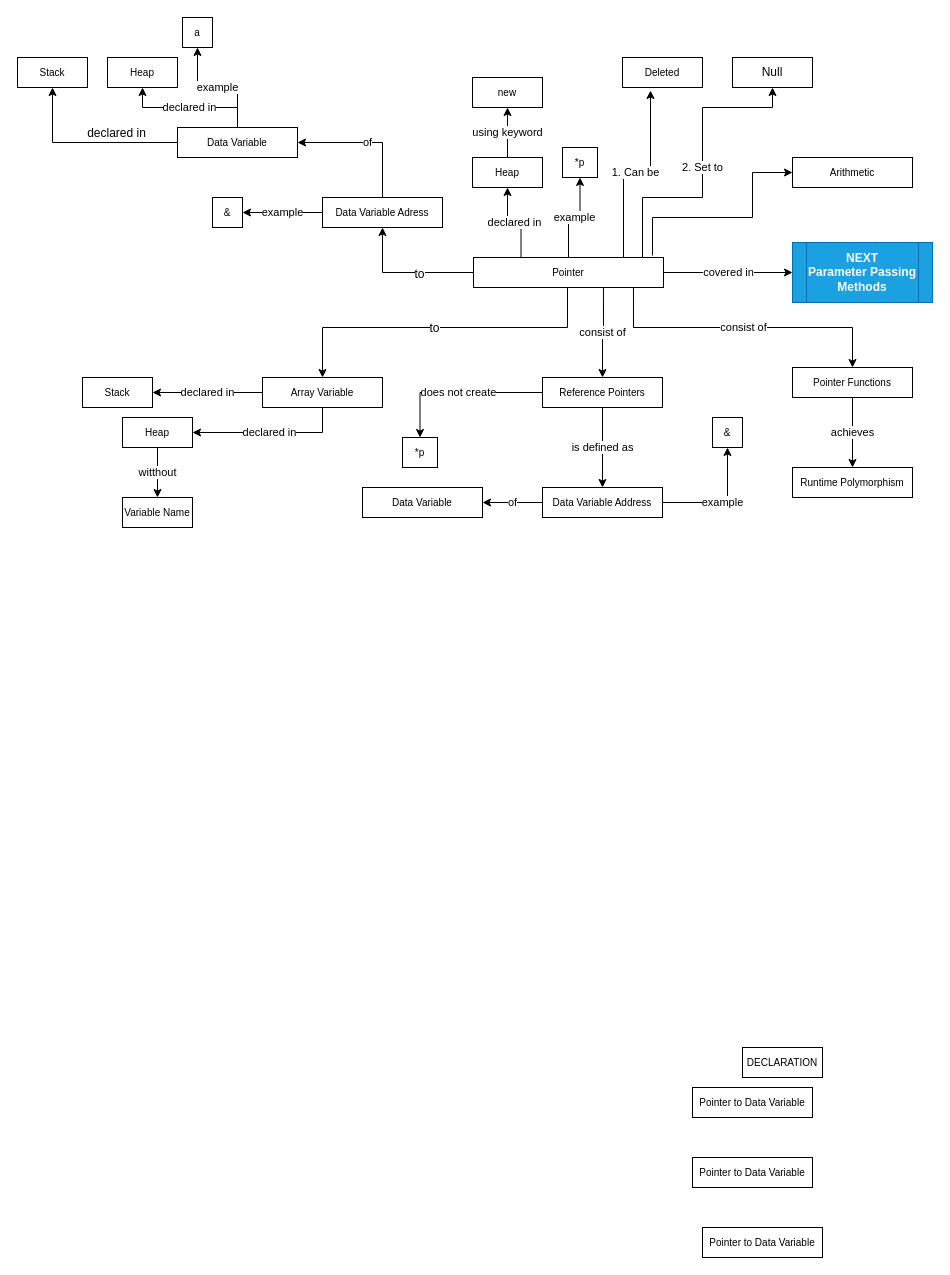
The draw.io diagram page "Pointers (2)" (3 of 11) of revision/Supplementary/Mindmapcpp.drawio in BSCdfdff/LearnCppProgramming, before the edit. Source tidied: cells renumbered, new cells numbered last; positions are measured from the earlier drawing's top-left corner, leaving out a move shared by most shapes. Both pictures are drawn from the tidied source at 100%, with x=0, y=0 at pixel (17, 17).
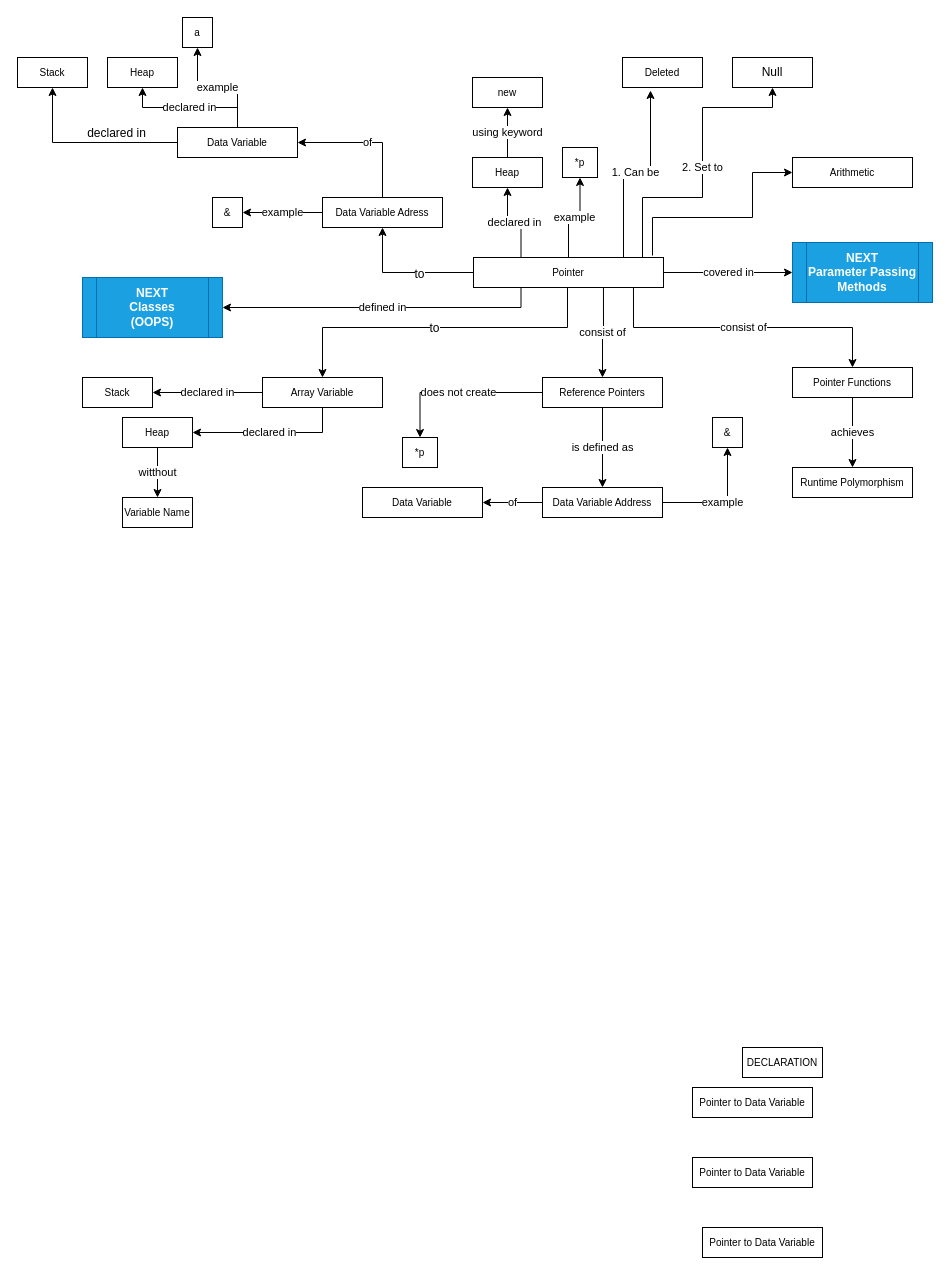
The same diagram, later.

The change refers to these unchanged cells:
```xml
<mxCell id="8" value="&lt;span style=&quot;font-size: 10px&quot;&gt;Pointer&lt;/span&gt;" style="rounded=0;whiteSpace=wrap;html=1;" parent="1" vertex="1">
  <mxGeometry x="456" y="240" width="190" height="30" as="geometry" />
</mxCell>
```

Change to the diagram source:
```diff
@@
+    <mxCell id="58" value="NEXT&lt;br&gt;Classes&lt;br&gt;(OOPS)" style="shape=process;whiteSpace=wrap;html=1;backgroundOutline=1;rounded=0;shadow=0;fillColor=#1ba1e2;strokeColor=#006EAF;fontColor=#ffffff;fontStyle=1;fontFamily=Montserrat;FType=g;" parent="1" vertex="1">
+      <mxGeometry x="65" y="260" width="140" height="60" as="geometry" />
+    </mxCell>
+    <mxCell id="59" value="defined in" style="edgeStyle=orthogonalEdgeStyle;rounded=0;jettySize=auto;html=1;entryX=1;entryY=0.5;entryDx=0;entryDy=0;exitX=0.25;exitY=1;exitDx=0;exitDy=0;" parent="1" edge="1" source="8" target="58">
+      <mxGeometry relative="1" as="geometry">
+        <Array as="points">
+          <mxPoint x="504" y="290" />
+          <mxPoint x="205" y="290" />
+        </Array>
+      </mxGeometry>
+    </mxCell>
```
